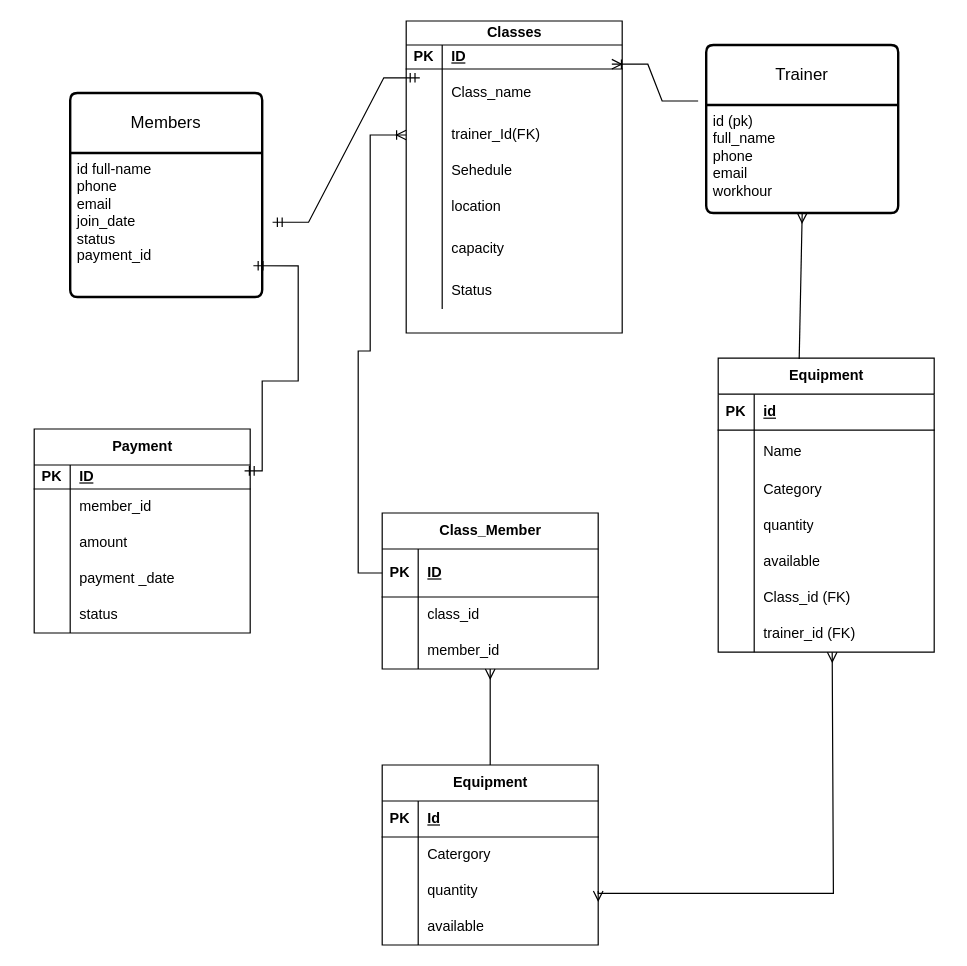
This is Untitled Diagram.drawio from Qasim603/Project-for-Sporting-clubs-, a draw.io file, before an edit. Source tidied: cells renumbered, new cells numbered last; positions are measured from the earlier drawing's top-left corner, leaving out a move shared by most shapes. Both pictures are drawn from the tidied source at 120%, with x=0, y=0 at pixel (34, -292).
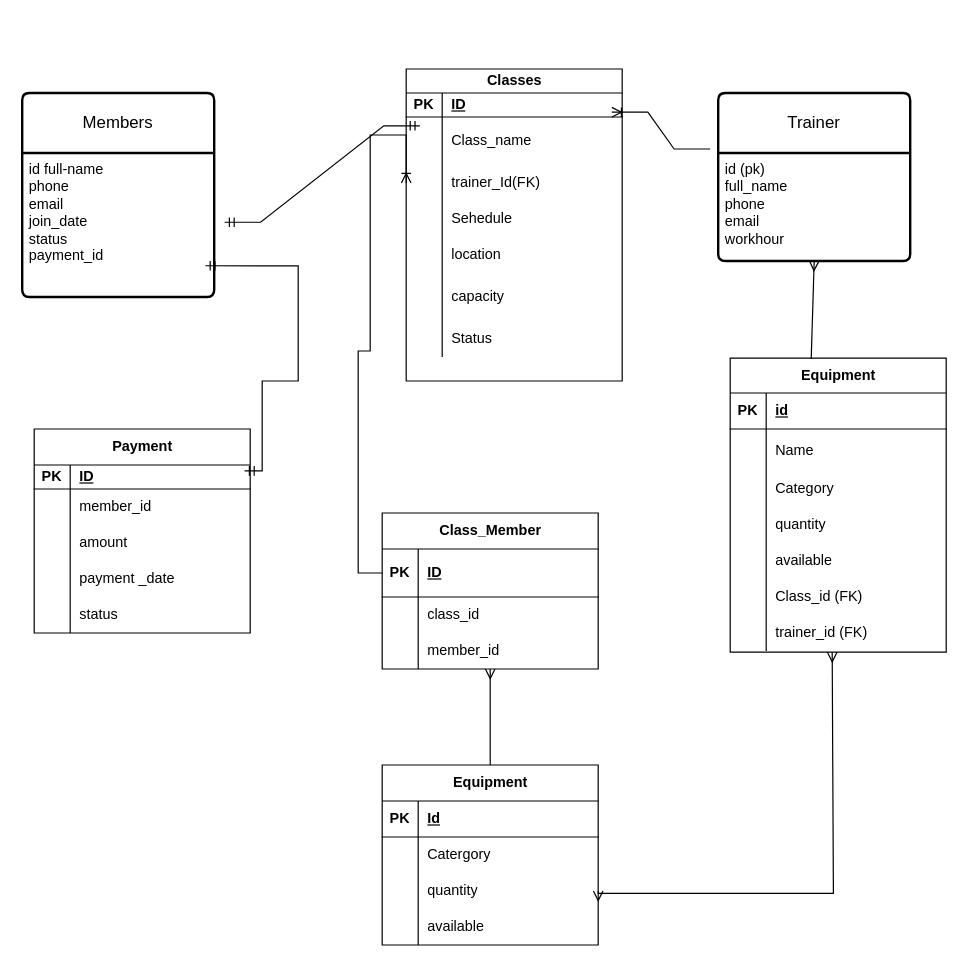
The same page after the edit.

What changed in the source:
```diff
@@
     <mxCell id="2" value="Classes" style="shape=table;startSize=20;childLayout=tableLayout;rowLines=0;fontStyle=1;align=center;html=1;" parent="1" vertex="1">
-      <mxGeometry x="310" y="260" width="180" height="260" as="geometry" />
+      <mxGeometry x="310" y="300" width="180" height="260" as="geometry" />
     </mxCell>
@@
     <mxCell id="24" value="Members" style="swimlane;horizontal=1;startSize=50;rounded=1;fontSize=14;fontStyle=0;strokeWidth=2;shadow=0;dashed=0;align=center;arcSize=4;whiteSpace=wrap;html=1;" parent="1" vertex="1">
-      <mxGeometry x="30" y="320" width="160" height="170" as="geometry" />
+      <mxGeometry x="-10" y="320" width="160" height="170" as="geometry" />
     </mxCell>
@@
     <mxCell id="26" value="Trainer" style="swimlane;horizontal=1;startSize=50;rounded=1;fontSize=14;fontStyle=0;strokeWidth=2;shadow=0;dashed=0;align=center;arcSize=4;whiteSpace=wrap;html=1;" parent="1" vertex="1">
-      <mxGeometry x="560" y="280" width="160" height="140" as="geometry" />
+      <mxGeometry x="570" y="320" width="160" height="140" as="geometry" />
     </mxCell>
@@
-    <mxCell id="47" value="Equipment" style="shape=table;startSize=30;childLayout=tableLayout;rowLines=0;fontStyle=1;align=center;html=1;" parent="1" vertex="1">
-      <mxGeometry x="570" y="541" width="180" height="245" as="geometry" />
+    <mxCell id="47" value="Equipment" style="shape=table;startSize=29;childLayout=tableLayout;rowLines=0;fontStyle=1;align=center;html=1;" parent="1" vertex="1">
+      <mxGeometry x="580" y="541" width="180" height="245" as="geometry" />
     </mxCell>
     <mxCell id="48" style="shape=tableRow;horizontal=0;startSize=0;swimlaneHead=0;swimlaneBody=0;fillColor=none;top=0;left=0;right=0;bottom=1;" parent="47" vertex="1">
-      <mxGeometry y="30" width="180" height="30" as="geometry" />
+      <mxGeometry y="29" width="180" height="30" as="geometry" />
     </mxCell>
@@
     <mxCell id="51" style="shape=tableRow;horizontal=0;startSize=0;swimlaneHead=0;swimlaneBody=0;fillColor=none;top=0;left=0;right=0;bottom=0;" parent="47" vertex="1">
-      <mxGeometry y="60" width="180" height="35" as="geometry" />
+      <mxGeometry y="59" width="180" height="35" as="geometry" />
     </mxCell>
@@
     <mxCell id="54" style="shape=tableRow;horizontal=0;startSize=0;swimlaneHead=0;swimlaneBody=0;fillColor=none;top=0;left=0;right=0;bottom=0;" parent="47" vertex="1">
-      <mxGeometry y="95" width="180" height="30" as="geometry" />
+      <mxGeometry y="94" width="180" height="30" as="geometry" />
     </mxCell>
@@
     <mxCell id="57" style="shape=tableRow;horizontal=0;startSize=0;swimlaneHead=0;swimlaneBody=0;fillColor=none;top=0;left=0;right=0;bottom=0;" parent="47" vertex="1">
-      <mxGeometry y="125" width="180" height="30" as="geometry" />
+      <mxGeometry y="124" width="180" height="30" as="geometry" />
     </mxCell>
@@
     <mxCell id="60" style="shape=tableRow;horizontal=0;startSize=0;swimlaneHead=0;swimlaneBody=0;fillColor=none;top=0;left=0;right=0;bottom=0;" parent="47" vertex="1">
-      <mxGeometry y="155" width="180" height="30" as="geometry" />
+      <mxGeometry y="154" width="180" height="30" as="geometry" />
     </mxCell>
@@
     <mxCell id="63" style="shape=tableRow;horizontal=0;startSize=0;swimlaneHead=0;swimlaneBody=0;fillColor=none;top=0;left=0;right=0;bottom=0;" parent="47" vertex="1">
-      <mxGeometry y="185" width="180" height="30" as="geometry" />
+      <mxGeometry y="184" width="180" height="30" as="geometry" />
     </mxCell>
@@
     <mxCell id="66" style="shape=tableRow;horizontal=0;startSize=0;swimlaneHead=0;swimlaneBody=0;fillColor=none;top=0;left=0;right=0;bottom=0;" parent="47" vertex="1">
-      <mxGeometry y="215" width="180" height="30" as="geometry" />
+      <mxGeometry y="214" width="180" height="30" as="geometry" />
     </mxCell>
```
